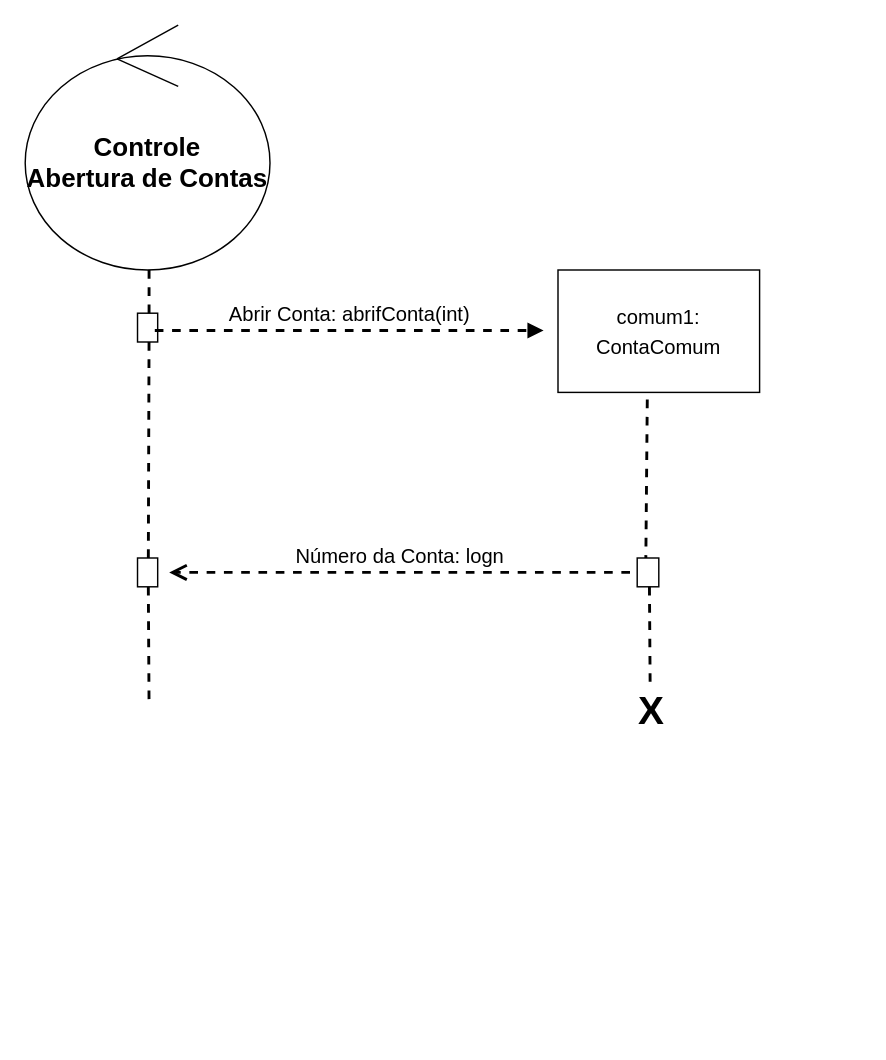
The draw.io diagram page "Página-2" (2 of 6) of DiaGramaDeSequencia.drawio in FcoCarlosBarbosaMartins/ModelagemDeSistemas_Daniel, before the edit. Source tidied: cells renumbered, new cells numbered last; positions are measured from the earlier drawing's top-left corner, leaving out a move shared by most shapes. Both pictures are drawn from the tidied source at 144%, with x=0, y=0 at pixel (24, 24).
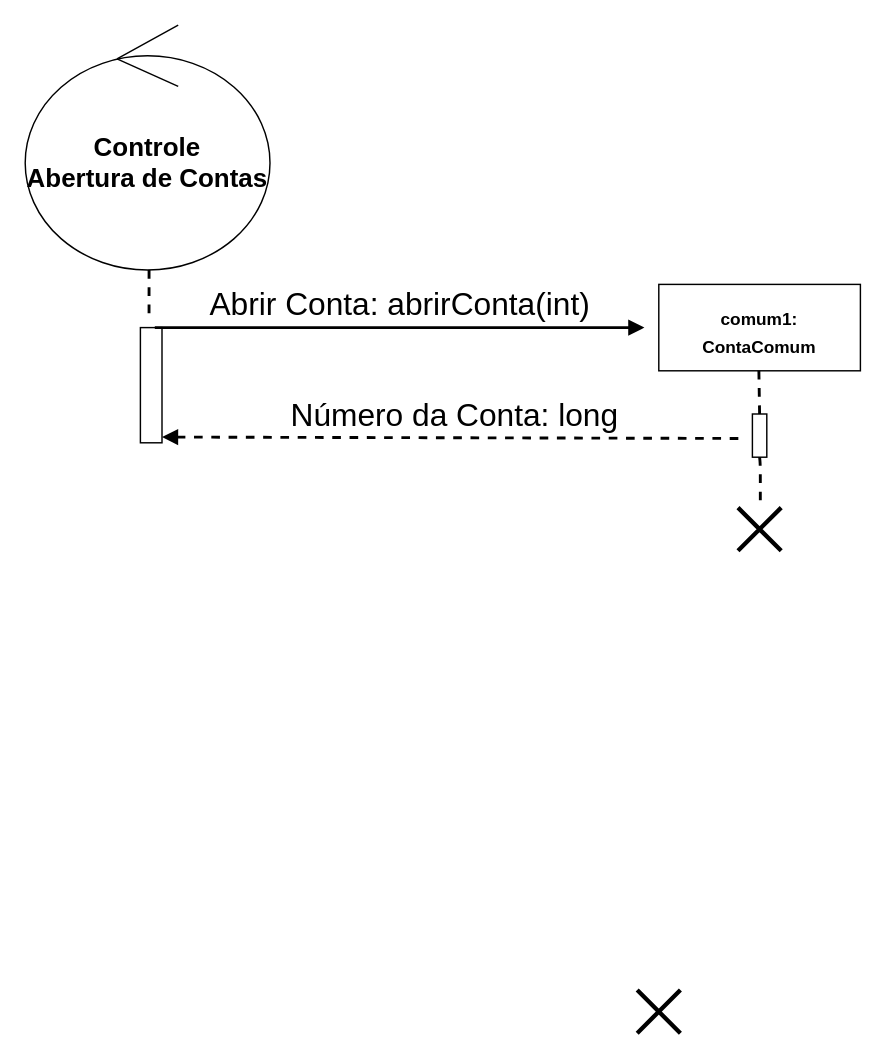
The same diagram, later.

The change refers to these unchanged cells:
```xml
<mxCell id="2" value="Controle&lt;br&gt;Abertura de Contas" style="ellipse;shape=umlControl;whiteSpace=wrap;html=1;fontStyle=1;fontSize=18;" parent="1" vertex="1">
  <mxGeometry width="170" height="170" as="geometry" />
</mxCell>
```

The edit, as a diff of the source:
```diff
@@
+    <mxCell id="6" style="html=1;verticalAlign=bottom;endArrow=none;dashed=1;endSize=8;fontSize=14;exitX=0.506;exitY=1;exitDx=0;exitDy=0;exitPerimeter=0;horizontal=1;startArrow=none;startFill=0;endFill=0;strokeWidth=2;" parent="1" edge="1" source="2">
+      <mxGeometry x="0.33" y="174" relative="1" as="geometry">
+        <mxPoint x="86" y="200" as="targetPoint" />
+      </mxGeometry>
+    </mxCell>
+    <mxCell id="15" style="shape=umlDestroy;whiteSpace=wrap;html=1;strokeWidth=3;fontSize=22;" parent="1" vertex="1">
+      <mxGeometry x="425" y="670" width="30" height="30" as="geometry" />
+    </mxCell>
+    <mxCell id="16" style="html=1;points=[];perimeter=orthogonalPerimeter;fontSize=22;" parent="1" vertex="1">
+      <mxGeometry x="80" y="210" width="15" height="80" as="geometry" />
+    </mxCell>
+    <mxCell id="17" value="Abrir Conta: abrirConta(int)" style="html=1;verticalAlign=bottom;endArrow=none;strokeWidth=2;fontSize=22;endFill=0;startArrow=block;startFill=1;" parent="1" edge="1">
+      <mxGeometry relative="1" as="geometry">
+        <mxPoint x="430" y="210" as="sourcePoint" />
+        <mxPoint x="90" y="210" as="targetPoint" />
+      </mxGeometry>
+    </mxCell>
+    <mxCell id="18" value="Número da Conta: long" style="html=1;verticalAlign=bottom;endArrow=none;dashed=1;endSize=8;exitX=1;exitY=0.95;strokeWidth=2;fontSize=22;startArrow=block;startFill=1;endFill=0;" parent="1" edge="1" source="16">
+      <mxGeometry relative="1" as="geometry">
+        <mxPoint x="500" y="287" as="targetPoint" />
+      </mxGeometry>
+    </mxCell>
-    <mxCell id="3" value="&lt;p style=&quot;margin: 4px 0px 0px ; text-align: center ; font-size: 14px&quot;&gt;&lt;br&gt;&lt;/p&gt;&lt;p style=&quot;margin: 4px 0px 0px ; text-align: center ; font-size: 14px&quot;&gt;comum1:&lt;/p&gt;&lt;p style=&quot;margin: 4px 0px 0px ; text-align: center ; font-size: 14px&quot;&gt;ContaComum&lt;/p&gt;" style="verticalAlign=bottom;align=left;overflow=fill;fontSize=14;fontFamily=Helvetica;html=1;" parent="1" vertex="1">
-      <mxGeometry x="370" y="170" width="140" height="85" as="geometry" />
+    <mxCell id="3" value="&lt;p style=&quot;margin: 0px ; margin-top: 4px ; text-align: center&quot;&gt;&lt;br&gt;&lt;b&gt;comum1:&lt;/b&gt;&lt;/p&gt;&lt;p style=&quot;margin: 0px ; margin-top: 4px ; text-align: center&quot;&gt;&lt;b&gt;ContaComum&lt;/b&gt;&lt;/p&gt;" style="verticalAlign=top;align=left;overflow=fill;fontSize=12;fontFamily=Helvetica;html=1;" parent="1" vertex="1">
+      <mxGeometry x="440" y="180" width="140" height="60" as="geometry" />
     </mxCell>
-    <mxCell id="4" style="html=1;verticalAlign=bottom;endArrow=none;dashed=1;endSize=8;fontSize=14;horizontal=1;startArrow=none;startFill=0;endFill=0;strokeWidth=2;entryX=0.4;entryY=0.017;entryDx=0;entryDy=0;entryPerimeter=0;" parent="1" edge="1" target="8">
-      <mxGeometry x="-0.25" y="30" relative="1" as="geometry">
-        <mxPoint x="432" y="260" as="sourcePoint" />
-      </mxGeometry>
-    </mxCell>
-    <mxCell id="5" style="html=1;points=[];perimeter=orthogonalPerimeter;fontSize=14;" parent="1" vertex="1">
-      <mxGeometry x="78" y="200" width="14" height="20" as="geometry" />
-    </mxCell>
-    <mxCell id="6" style="html=1;verticalAlign=bottom;endArrow=none;dashed=1;endSize=8;fontSize=14;exitX=0.506;exitY=1;exitDx=0;exitDy=0;exitPerimeter=0;horizontal=1;startArrow=none;startFill=0;endFill=0;strokeWidth=2;" parent="1" edge="1" source="2" target="5">
-      <mxGeometry x="0.33" y="174" relative="1" as="geometry" />
-    </mxCell>
-    <mxCell id="7" style="html=1;verticalAlign=bottom;endArrow=none;dashed=1;endSize=8;fontSize=14;exitX=1;exitY=1;exitDx=0;exitDy=0;exitPerimeter=0;endFill=0;strokeWidth=2;" parent="1" edge="1">
-      <mxGeometry relative="1" as="geometry">
-        <mxPoint x="85.5" y="390" as="sourcePoint" />
-        <mxPoint x="86" y="470" as="targetPoint" />
-      </mxGeometry>
-    </mxCell>
-    <mxCell id="8" style="html=1;points=[];perimeter=orthogonalPerimeter;fontSize=14;" parent="1" vertex="1">
-      <mxGeometry x="425" y="370" width="15" height="20" as="geometry" />
-    </mxCell>
-    <mxCell id="9" value="Abrir Conta: abrifConta(int)&lt;br&gt;" style="html=1;verticalAlign=bottom;endArrow=block;strokeWidth=2;fontSize=14;dashed=1;" parent="1" edge="1">
-      <mxGeometry relative="1" as="geometry">
-        <mxPoint x="90" y="212" as="sourcePoint" />
-        <mxPoint x="360" y="212" as="targetPoint" />
-      </mxGeometry>
-    </mxCell>
-    <mxCell id="10" style="html=1;verticalAlign=bottom;endArrow=none;dashed=1;endSize=8;fontSize=14;exitX=0.506;exitY=1;exitDx=0;exitDy=0;exitPerimeter=0;horizontal=1;startArrow=none;startFill=0;endFill=0;strokeWidth=2;" parent="1" edge="1">
-      <mxGeometry x="-0.25" y="30" relative="1" as="geometry">
-        <mxPoint x="433.5" y="390" as="sourcePoint" />
-        <mxPoint x="434" y="460" as="targetPoint" />
-      </mxGeometry>
-    </mxCell>
-    <mxCell id="11" value="Número da Conta: logn&lt;br&gt;" style="html=1;verticalAlign=bottom;endArrow=open;dashed=1;endSize=8;strokeWidth=2;fontSize=14;" parent="1" edge="1">
-      <mxGeometry relative="1" as="geometry">
-        <mxPoint x="420" y="380" as="sourcePoint" />
-        <mxPoint x="100" y="380" as="targetPoint" />
-      </mxGeometry>
-    </mxCell>
-    <mxCell id="12" style="html=1;verticalAlign=bottom;endArrow=none;dashed=1;endSize=8;fontSize=14;endFill=0;strokeWidth=2;" parent="1" edge="1">
-      <mxGeometry relative="1" as="geometry">
-        <mxPoint x="86" y="220" as="sourcePoint" />
-        <mxPoint x="85.5" y="372.5" as="targetPoint" />
-      </mxGeometry>
-    </mxCell>
-    <mxCell id="13" style="html=1;perimeter=orthogonalPerimeter;fontSize=14;" parent="1" vertex="1">
-      <mxGeometry x="78" y="370" width="14" height="20" as="geometry" />
-    </mxCell>
-    <mxCell id="14" value="X" style="text;align=center;fontStyle=1;verticalAlign=middle;spacingLeft=3;spacingRight=3;strokeColor=none;fontSize=27;" parent="1" vertex="1">
-      <mxGeometry x="400" y="460" width="70" height="26" as="geometry" />
-    </mxCell>
+    <mxCell id="19" style="html=1;verticalAlign=bottom;endArrow=none;dashed=1;endSize=8;strokeWidth=2;fontSize=22;endFill=0;" parent="1" edge="1">
+      <mxGeometry relative="1" as="geometry">
+        <mxPoint x="509.5" y="240" as="sourcePoint" />
+        <mxPoint x="510" y="270" as="targetPoint" />
+      </mxGeometry>
+    </mxCell>
+    <mxCell id="20" style="html=1;perimeter=orthogonalPerimeter;fontSize=22;" parent="1" vertex="1">
+      <mxGeometry x="505" y="270" width="10" height="30" as="geometry" />
+    </mxCell>
+    <mxCell id="21" style="shape=umlDestroy;whiteSpace=wrap;html=1;strokeWidth=3;fontSize=22;" parent="1" vertex="1">
+      <mxGeometry x="495" y="335" width="30" height="30" as="geometry" />
+    </mxCell>
+    <mxCell id="22" style="html=1;verticalAlign=bottom;endArrow=none;dashed=1;endSize=8;strokeWidth=2;fontSize=22;endFill=0;" parent="1" edge="1">
+      <mxGeometry relative="1" as="geometry">
+        <mxPoint x="510" y="300" as="sourcePoint" />
+        <mxPoint x="510.5" y="330" as="targetPoint" />
+        <Array as="points">
+          <mxPoint x="510.5" y="305" />
+        </Array>
+      </mxGeometry>
+    </mxCell>
```
